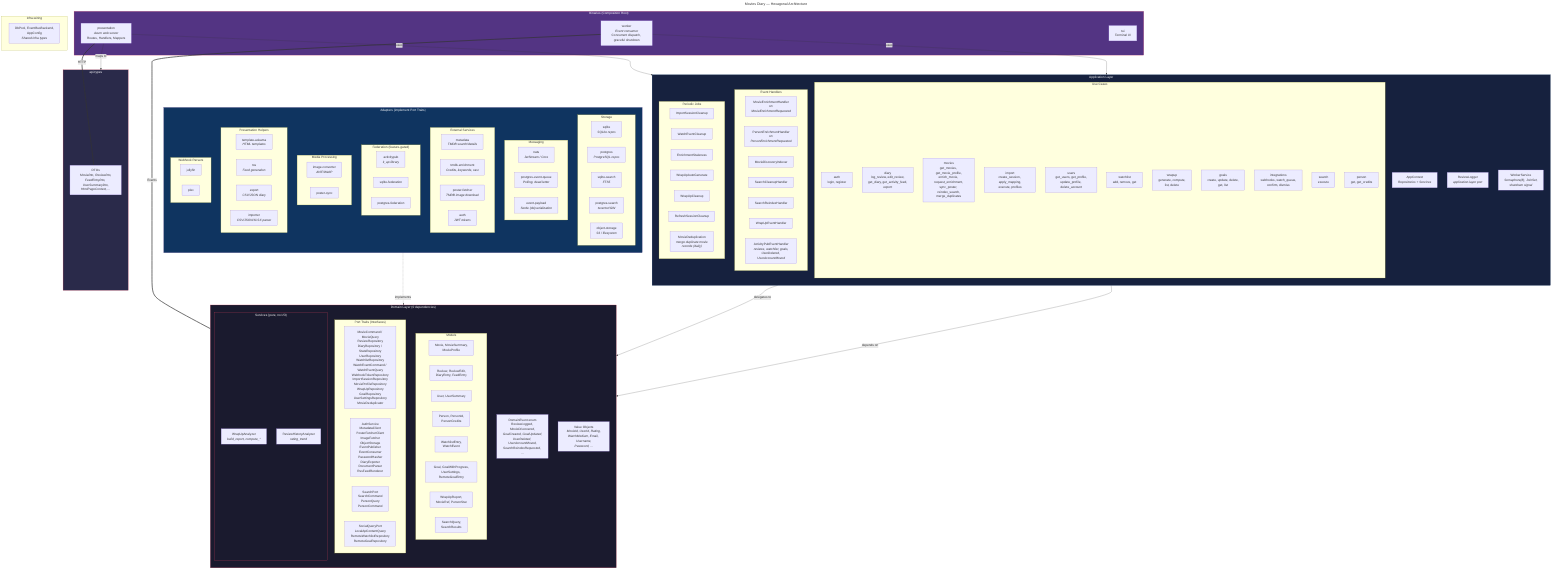
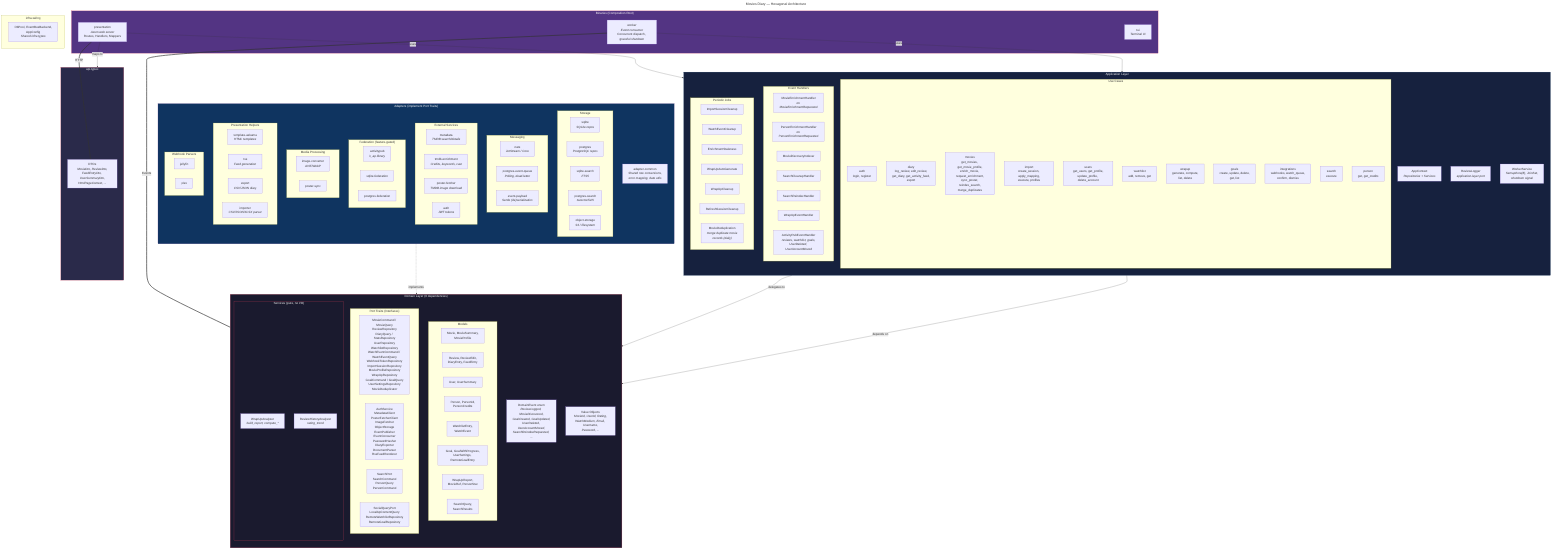
---
title: Movies Diary — Hexagonal Architecture
---
graph TB
    subgraph Binaries["Binaries (Composition Root)"]
        WEB["presentation<br/><i>Axum web server</i><br/>Routes, Handlers, Mappers"]
        WORKER["worker<br/><i>Event consumer</i><br/>Concurrent dispatch, graceful shutdown"]
        TUI["tui<br/><i>Terminal UI</i>"]
    end

    subgraph Application["Application Layer"]
        direction TB
        CTX["AppContext<br/><i>Repositories + Services</i>"]
        APP_PORTS["ReviewLogger<br/><i>application-layer port</i>"]
        subgraph UseCases["Use Cases"]
            UC_AUTH["auth<br/>login, register"]
            UC_DIARY["diary<br/>log_review, edit_review,<br/>get_diary, get_activity_feed,<br/>export"]
            UC_MOVIES["movies<br/>get_movies, get_movie_profile,<br/>enrich_movie, request_enrichment,<br/>sync_poster, reindex_search,<br/>merge_duplicates"]
            UC_IMPORT["import<br/>create_session, apply_mapping,<br/>execute, profiles"]
            UC_USERS["users<br/>get_users, get_profile,<br/>update_profile, delete_account"]
            UC_WATCHLIST["watchlist<br/>add, remove, get"]
            UC_WRAPUP["wrapup<br/>generate, compute,<br/>list, delete"]
            UC_GOALS["goals<br/>create, update, delete,<br/>get, list"]
            UC_INTEGRATIONS["integrations<br/>webhooks, watch_queue,<br/>confirm, dismiss"]
            UC_SEARCH["search<br/>execute"]
            UC_PERSON["person<br/>get, get_credits"]
        end
        subgraph EventHandlers["Event Handlers"]
            EH_MOVIE["MovieEnrichmentHandler<br/><i>on MovieEnrichmentRequested</i>"]
            EH_PERSON["PersonEnrichmentHandler<br/><i>on PersonEnrichmentRequested</i>"]
            EH_DISCOVER["MovieDiscoveryIndexer"]
            EH_CLEANUP["SearchCleanupHandler"]
            EH_REINDEX["SearchReindexHandler"]
            EH_WRAPUP["WrapUpEventHandler"]
            EH_AP["ActivityPubEventHandler<br/><i>reviews, watchlist, goals,<br/>UserDeleted, UserAccountMoved</i>"]
        end
        subgraph Jobs["Periodic Jobs"]
            JOB_IMPORT["ImportSessionCleanup"]
            JOB_WATCH["WatchEventCleanup"]
            JOB_STALE["EnrichmentStaleness"]
            JOB_WRAPGEN["WrapUpAutoGenerate"]
            JOB_WRAPCLEAN["WrapUpCleanup"]
            JOB_SESSION["RefreshSessionCleanup"]
            JOB_DEDUP["MovieDeduplication<br/><i>merge duplicate movie<br/>records (daily)</i>"]
        end
        WORKER_SVC["WorkerService<br/><i>Semaphore(8), JoinSet,<br/>shutdown signal</i>"]
    end

    subgraph Domain["Domain Layer (0 dependencies)"]
        direction TB
        subgraph Models["Models"]
            M_MOVIE["Movie, MovieSummary,<br/>MovieProfile"]
            M_REVIEW["Review, ReviewEdit,<br/>DiaryEntry, FeedEntry"]
            M_USER["User, UserSummary"]
            M_PERSON["Person, PersonId,<br/>PersonCredits"]
            M_WATCHLIST["WatchlistEntry,<br/>WatchEvent"]
            M_GOAL["Goal, GoalWithProgress,<br/>UserSettings, RemoteGoalEntry"]
            M_WRAPUP["WrapUpReport,<br/>MovieRef, PersonStat"]
            M_SEARCH["SearchQuery,<br/>SearchResults"]
        end
        subgraph Ports["Port Traits (Interfaces)"]
-             P_REPOS["MovieCommand / MovieQuery<br/>ReviewRepository<br/>DiaryRepository / StatsRepository<br/>UserRepository<br/>WatchlistRepository<br/>WatchEventCommand / WatchEventQuery<br/>WebhookTokenRepository<br/>ImportSessionRepository<br/>MovieProfileRepository<br/>WrapUpRepository<br/>GoalRepository<br/>UserSettingsRepository<br/>MovieDeduplicator"]
+             P_REPOS["MovieCommand / MovieQuery<br/>ReviewRepository<br/>DiaryQuery / StatsRepository<br/>UserRepository<br/>WatchlistRepository<br/>WatchEventCommand / WatchEventQuery<br/>WebhookTokenRepository<br/>ImportSessionRepository<br/>MovieProfileRepository<br/>WrapUpRepository<br/>GoalCommand / GoalQuery<br/>UserSettingsRepository<br/>MovieDeduplicator"]
            P_SERVICES["AuthService<br/>MetadataClient<br/>PosterFetcherClient<br/>ImageFetcher<br/>ObjectStorage<br/>EventPublisher<br/>EventConsumer<br/>PasswordHasher<br/>DiaryExporter<br/>DocumentParser<br/>RssFeedRenderer"]
            P_SEARCH["SearchPort<br/>SearchCommand<br/>PersonQuery<br/>PersonCommand"]
            P_FEDERATION["SocialQueryPort<br/>LocalApContentQuery<br/>RemoteWatchlistRepository<br/>RemoteGoalRepository"]
        end
        subgraph DomainServices["Services (pure, no I/O)"]
            DS_WRAPUP["WrapUpAnalyzer<br/><i>build_report, compute_*</i>"]
            DS_REVIEW["ReviewHistoryAnalyzer<br/><i>rating_trend</i>"]
        end
        EVENTS["DomainEvent enum<br/><i>ReviewLogged, MovieDiscovered,<br/>GoalCreated, GoalUpdated,<br/>UserDeleted, UserAccountMoved,<br/>SearchReindexRequested, ...</i>"]
        VO["Value Objects<br/><i>MovieId, UserId, Rating,<br/>WatchMedium, Email, Username,<br/>Password, ...</i>"]
    end

    subgraph ApiTypes["api-types"]
        DTO["DTOs<br/><i>MovieDto, ReviewDto,<br/>FeedEntryDto, UserSummaryDto,<br/>HtmlPageContext, ...</i>"]
    end

    subgraph InfraWiring["infra-wiring"]
        IW["DbPool, EventBusBackend,<br/>AppConfig<br/><i>Shared infra types</i>"]
    end

    subgraph Adapters["Adapters (implement Port Traits)"]
        direction TB
+         A_COMMON["adapter-common<br/><i>Shared row conversions,<br/>error mapping, date utils</i>"]
        subgraph Storage["Storage"]
            A_SQLITE["sqlite<br/><i>SQLite repos</i>"]
            A_PG["postgres<br/><i>PostgreSQL repos</i>"]
            A_SQLITE_SEARCH["sqlite-search<br/><i>FTS5</i>"]
            A_PG_SEARCH["postgres-search<br/><i>tsvector/GIN</i>"]
            A_OBJ["object-storage<br/><i>S3 / filesystem</i>"]
        end
        subgraph Messaging["Messaging"]
            A_NATS["nats<br/><i>JetStream / Core</i>"]
            A_PG_QUEUE["postgres-event-queue<br/><i>Polling, dead-letter</i>"]
            A_PAYLOAD["event-payload<br/><i>Serde (de)serialization</i>"]
        end
        subgraph External["External Services"]
            A_METADATA["metadata<br/><i>TMDB search/details</i>"]
            A_TMDB["tmdb-enrichment<br/><i>Credits, keywords, cast</i>"]
            A_POSTER["poster-fetcher<br/><i>TMDB image download</i>"]
            A_AUTH["auth<br/><i>JWT tokens</i>"]
        end
        subgraph Federation["Federation (feature-gated)"]
            A_AP["activitypub<br/><i>k_ap library</i>"]
            A_SQLITE_FED["sqlite-federation"]
            A_PG_FED["postgres-federation"]
        end
        subgraph Media["Media Processing"]
            A_IMG["image-converter<br/><i>AVIF/WebP</i>"]
            A_POSTER_SYNC["poster-sync"]
        end
        subgraph Presentation["Presentation Helpers"]
            A_TEMPLATE["template-askama<br/><i>HTML templates</i>"]
            A_RSS["rss<br/><i>Feed generation</i>"]
            A_EXPORT["export<br/><i>CSV/JSON diary</i>"]
            A_IMPORT["importer<br/><i>CSV/JSON/XLSX parser</i>"]
        end
        subgraph Webhooks["Webhook Parsers"]
            A_JELLYFIN["jellyfin"]
            A_PLEX["plex"]
        end
    end

    %% Dependency arrows
    WEB -->|"uses"| Application
    WEB -->|"maps to"| ApiTypes
    WORKER -->|"uses"| Application

    Application -->|"depends on"| Domain
    UC_WRAPUP -->|"delegates to"| DS_WRAPUP

    Adapters -.->|"implements"| Ports

    %% Key data flows
    WEB ===|"HTTP"| DTO
    WORKER ===|"Events"| EVENTS

    classDef domain fill:#1a1a2e,stroke:#e94560,color:#fff
    classDef app fill:#16213e,stroke:#0f3460,color:#fff
    classDef adapter fill:#0f3460,stroke:#533483,color:#fff
    classDef binary fill:#533483,stroke:#e94560,color:#fff
    classDef api fill:#2a2a4a,stroke:#e94560,color:#fff

    class Domain domain
    class DomainServices domain
    class Application app
    class Adapters adapter
    class Binaries binary
    class ApiTypes api
